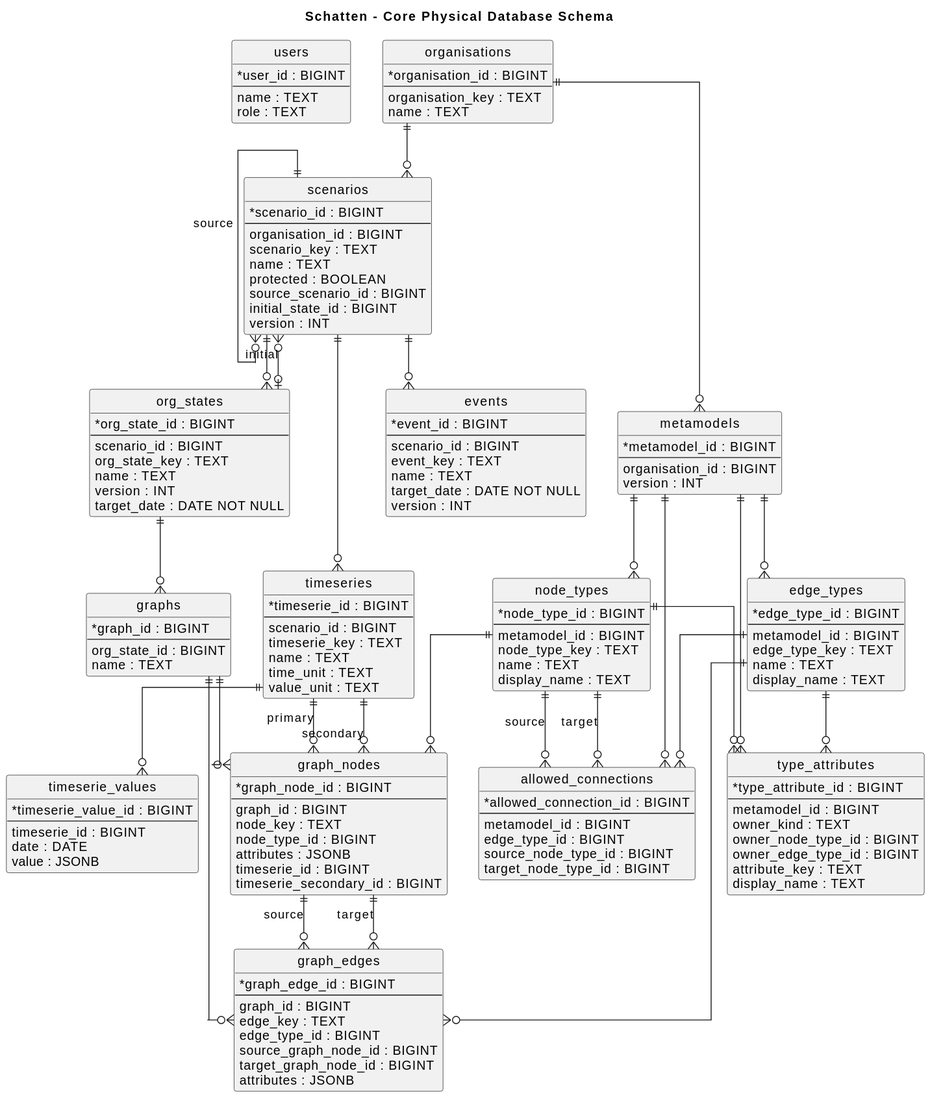
The PlantUML diagram docs/diagrams/generated/db-physical-schema.svg in lupaus-eu/shadow, before a commit.
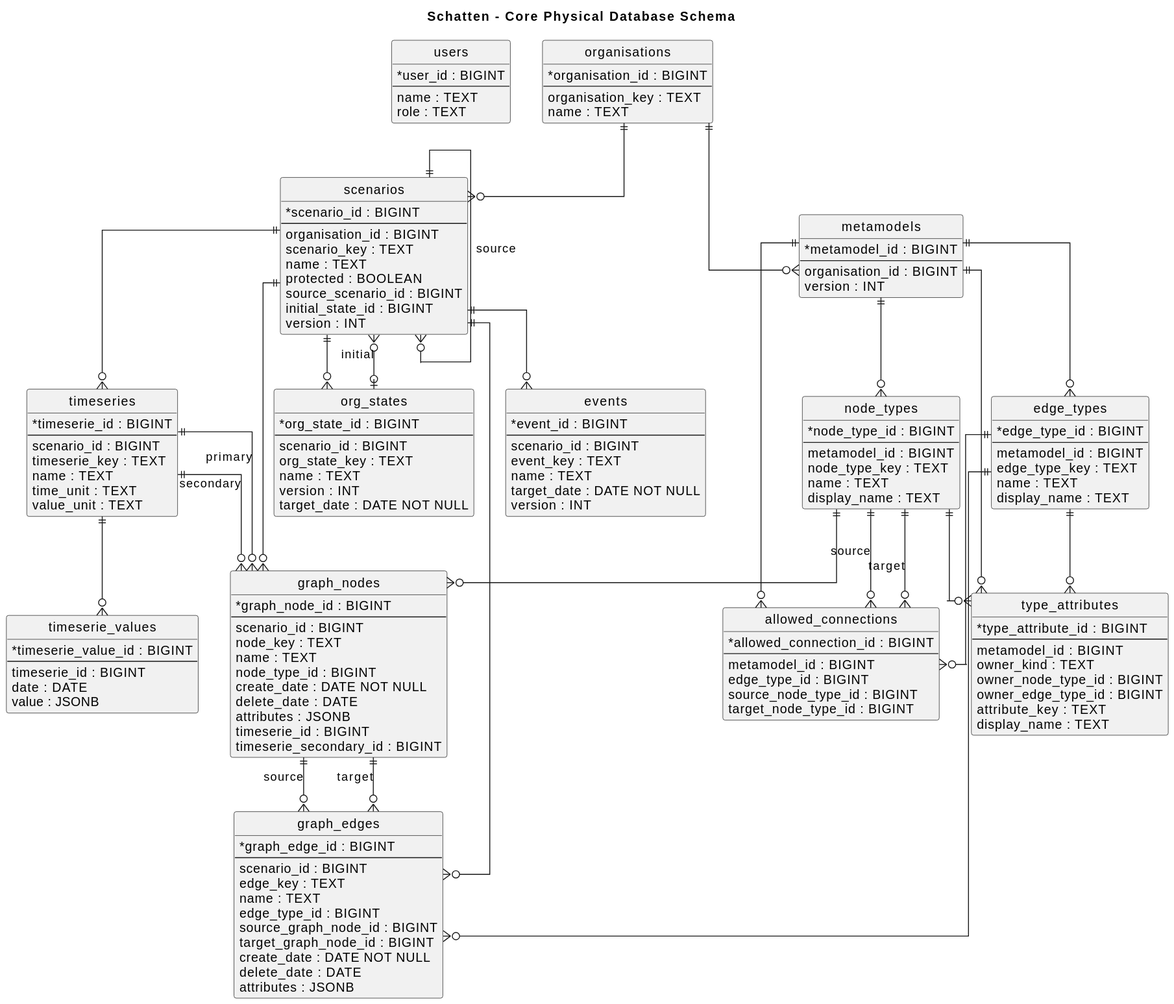
After the commit.

What changed in the source:
```diff
@@ -96,19 +96,15 @@
   target_node_type_id : BIGINT
 }
 
-entity "graphs" as graphs {
-  * graph_id : BIGINT
-  --
-  org_state_id : BIGINT
-  name : TEXT
-}
-
 entity "graph_nodes" as graph_nodes {
   * graph_node_id : BIGINT
   --
-  graph_id : BIGINT
+  scenario_id : BIGINT
   node_key : TEXT
+  name : TEXT
   node_type_id : BIGINT
+  create_date : DATE NOT NULL
+  delete_date : DATE
   attributes : JSONB
   timeserie_id : BIGINT
   timeserie_secondary_id : BIGINT
@@ -117,11 +113,14 @@
 entity "graph_edges" as graph_edges {
   * graph_edge_id : BIGINT
   --
-  graph_id : BIGINT
+  scenario_id : BIGINT
   edge_key : TEXT
+  name : TEXT
   edge_type_id : BIGINT
   source_graph_node_id : BIGINT
   target_graph_node_id : BIGINT
+  create_date : DATE NOT NULL
+  delete_date : DATE
   attributes : JSONB
 }
 
@@ -150,7 +149,6 @@
 scenarios ||--o{ timeseries
 scenarios ||--o{ scenarios : source
 scenarios }o--o| org_states : initial
-org_states ||--o{ graphs
 metamodels ||--o{ node_types
 metamodels ||--o{ edge_types
 metamodels ||--o{ type_attributes
@@ -160,8 +158,8 @@
 edge_types ||--o{ allowed_connections
 node_types ||--o{ allowed_connections : source
 node_types ||--o{ allowed_connections : target
-graphs ||--o{ graph_nodes
-graphs ||--o{ graph_edges
+scenarios ||--o{ graph_nodes
+scenarios ||--o{ graph_edges
 node_types ||--o{ graph_nodes
 edge_types ||--o{ graph_edges
 graph_nodes ||--o{ graph_edges : source
```
